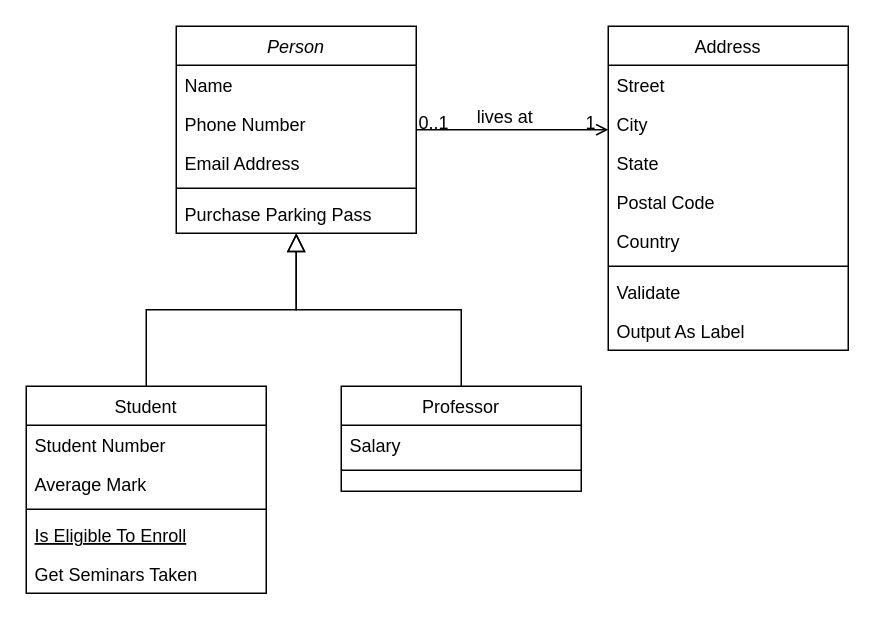
This is 235 Class Diagram.drawio from zlrkw11/CS-235, a draw.io file, before an edit. Source tidied: cells renumbered, new cells numbered last; positions are measured from the earlier drawing's top-left corner, leaving out a move shared by most shapes. Both pictures are drawn from the tidied source at 150%, with x=0, y=0 at pixel (26, 26).
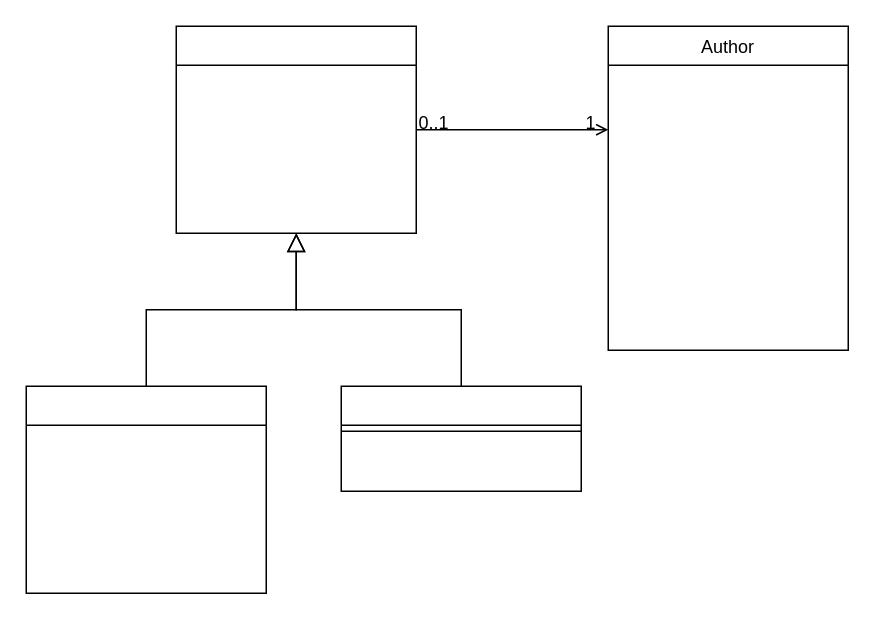
The same page after the edit.

The change refers to these unchanged cells:
```xml
<mxCell id="28" style="endArrow=open;shadow=0;strokeWidth=1;rounded=0;curved=0;endFill=1;edgeStyle=elbowEdgeStyle;elbow=vertical;" parent="1" edge="1" source="2" target="19">
  <mxGeometry x="0.5" y="41" relative="1" as="geometry">
    <mxPoint x="-40" y="32" as="offset" />
  </mxGeometry>
</mxCell>
```

Change to the diagram source:
```diff
@@
-    <mxCell id="2" value="Person" style="swimlane;fontStyle=2;align=center;verticalAlign=top;horizontal=1;startSize=26;rounded=0;shadow=0;strokeWidth=1;" parent="1" vertex="1">
+    <mxCell id="2" style="swimlane;fontStyle=2;align=center;verticalAlign=top;horizontal=1;startSize=26;rounded=0;shadow=0;strokeWidth=1;" parent="1" vertex="1">
       <mxGeometry x="100" width="160" height="138" as="geometry" />
     </mxCell>
-    <mxCell id="3" value="Name" style="text;align=left;verticalAlign=top;spacingLeft=4;spacingRight=4;overflow=hidden;" parent="2" vertex="1">
-      <mxGeometry y="26" width="160" height="26" as="geometry" />
-    </mxCell>
-    <mxCell id="4" value="Phone Number" style="text;align=left;verticalAlign=top;spacingLeft=4;spacingRight=4;overflow=hidden;rounded=0;shadow=0;html=0;" parent="2" vertex="1">
-      <mxGeometry y="52" width="160" height="26" as="geometry" />
-    </mxCell>
-    <mxCell id="5" value="Email Address" style="text;align=left;verticalAlign=top;spacingLeft=4;spacingRight=4;overflow=hidden;rounded=0;shadow=0;html=0;" parent="2" vertex="1">
-      <mxGeometry y="78" width="160" height="26" as="geometry" />
-    </mxCell>
-    <mxCell id="6" style="line;html=1;strokeWidth=1;align=left;verticalAlign=middle;spacingTop=-1;spacingLeft=3;spacingRight=3;labelPosition=right;" parent="2" vertex="1">
-      <mxGeometry y="104" width="160" height="8" as="geometry" />
-    </mxCell>
-    <mxCell id="7" value="Purchase Parking Pass" style="text;align=left;verticalAlign=top;spacingLeft=4;spacingRight=4;overflow=hidden;" parent="2" vertex="1">
-      <mxGeometry y="112" width="160" height="26" as="geometry" />
-    </mxCell>
-    <mxCell id="8" value="Student" style="swimlane;fontStyle=0;align=center;verticalAlign=top;horizontal=1;startSize=26;rounded=0;shadow=0;strokeWidth=1;" parent="1" vertex="1">
+    <mxCell id="8" style="swimlane;fontStyle=0;align=center;verticalAlign=top;horizontal=1;startSize=26;rounded=0;shadow=0;strokeWidth=1;" parent="1" vertex="1">
       <mxGeometry y="240" width="160" height="138" as="geometry" />
     </mxCell>
-    <mxCell id="9" value="Student Number" style="text;align=left;verticalAlign=top;spacingLeft=4;spacingRight=4;overflow=hidden;" parent="8" vertex="1">
-      <mxGeometry y="26" width="160" height="26" as="geometry" />
-    </mxCell>
-    <mxCell id="10" value="Average Mark" style="text;align=left;verticalAlign=top;spacingLeft=4;spacingRight=4;overflow=hidden;rounded=0;shadow=0;html=0;" parent="8" vertex="1">
-      <mxGeometry y="52" width="160" height="26" as="geometry" />
-    </mxCell>
-    <mxCell id="11" style="line;html=1;strokeWidth=1;align=left;verticalAlign=middle;spacingTop=-1;spacingLeft=3;spacingRight=3;labelPosition=right;" parent="8" vertex="1">
-      <mxGeometry y="78" width="160" height="8" as="geometry" />
-    </mxCell>
-    <mxCell id="12" value="Is Eligible To Enroll" style="text;align=left;verticalAlign=top;spacingLeft=4;spacingRight=4;overflow=hidden;fontStyle=4;" parent="8" vertex="1">
-      <mxGeometry y="86" width="160" height="26" as="geometry" />
-    </mxCell>
-    <mxCell id="13" value="Get Seminars Taken" style="text;align=left;verticalAlign=top;spacingLeft=4;spacingRight=4;overflow=hidden;" parent="8" vertex="1">
-      <mxGeometry y="112" width="160" height="26" as="geometry" />
-    </mxCell>
@@
-    <mxCell id="15" value="Professor" style="swimlane;fontStyle=0;align=center;verticalAlign=top;horizontal=1;startSize=26;rounded=0;shadow=0;strokeWidth=1;" parent="1" vertex="1">
+    <mxCell id="15" style="swimlane;fontStyle=0;align=center;verticalAlign=top;horizontal=1;startSize=26;rounded=0;shadow=0;strokeWidth=1;" parent="1" vertex="1">
       <mxGeometry x="210" y="240" width="160" height="70" as="geometry" />
     </mxCell>
-    <mxCell id="16" value="Salary" style="text;align=left;verticalAlign=top;spacingLeft=4;spacingRight=4;overflow=hidden;" parent="15" vertex="1">
-      <mxGeometry y="26" width="160" height="26" as="geometry" />
-    </mxCell>
     <mxCell id="17" style="line;html=1;strokeWidth=1;align=left;verticalAlign=middle;spacingTop=-1;spacingLeft=3;spacingRight=3;labelPosition=right;" parent="15" vertex="1">
-      <mxGeometry y="52" width="160" height="8" as="geometry" />
+      <mxGeometry y="26" width="160" height="8" as="geometry" />
     </mxCell>
@@
-    <mxCell id="19" value="Address" style="swimlane;fontStyle=0;align=center;verticalAlign=top;horizontal=1;startSize=26;rounded=0;shadow=0;strokeWidth=1;" parent="1" vertex="1">
+    <mxCell id="19" value="Author" style="swimlane;fontStyle=0;align=center;verticalAlign=top;horizontal=1;startSize=26;rounded=0;shadow=0;strokeWidth=1;" parent="1" vertex="1">
       <mxGeometry x="388" width="160" height="216" as="geometry" />
     </mxCell>
-    <mxCell id="20" value="Street" style="text;align=left;verticalAlign=top;spacingLeft=4;spacingRight=4;overflow=hidden;" parent="19" vertex="1">
-      <mxGeometry y="26" width="160" height="26" as="geometry" />
-    </mxCell>
-    <mxCell id="21" value="City" style="text;align=left;verticalAlign=top;spacingLeft=4;spacingRight=4;overflow=hidden;rounded=0;shadow=0;html=0;" parent="19" vertex="1">
-      <mxGeometry y="52" width="160" height="26" as="geometry" />
-    </mxCell>
-    <mxCell id="22" value="State" style="text;align=left;verticalAlign=top;spacingLeft=4;spacingRight=4;overflow=hidden;rounded=0;shadow=0;html=0;" parent="19" vertex="1">
-      <mxGeometry y="78" width="160" height="26" as="geometry" />
-    </mxCell>
-    <mxCell id="23" value="Postal Code" style="text;align=left;verticalAlign=top;spacingLeft=4;spacingRight=4;overflow=hidden;rounded=0;shadow=0;html=0;" parent="19" vertex="1">
-      <mxGeometry y="104" width="160" height="26" as="geometry" />
-    </mxCell>
-    <mxCell id="24" value="Country" style="text;align=left;verticalAlign=top;spacingLeft=4;spacingRight=4;overflow=hidden;rounded=0;shadow=0;html=0;" parent="19" vertex="1">
-      <mxGeometry y="130" width="160" height="26" as="geometry" />
-    </mxCell>
-    <mxCell id="25" style="line;html=1;strokeWidth=1;align=left;verticalAlign=middle;spacingTop=-1;spacingLeft=3;spacingRight=3;labelPosition=right;" parent="19" vertex="1">
-      <mxGeometry y="156" width="160" height="8" as="geometry" />
-    </mxCell>
-    <mxCell id="26" value="Validate" style="text;align=left;verticalAlign=top;spacingLeft=4;spacingRight=4;overflow=hidden;" parent="19" vertex="1">
-      <mxGeometry y="164" width="160" height="26" as="geometry" />
-    </mxCell>
-    <mxCell id="27" value="Output As Label" style="text;align=left;verticalAlign=top;spacingLeft=4;spacingRight=4;overflow=hidden;" parent="19" vertex="1">
-      <mxGeometry y="190" width="160" height="26" as="geometry" />
-    </mxCell>
@@
-    <mxCell id="31" value="lives at" style="text;html=1;align=center;verticalAlign=middle;labelBackgroundColor=none;rounded=0;shadow=0;strokeWidth=1;fontSize=12;" parent="28" vertex="1">
-      <mxGeometry x="0.5" y="49" relative="1" as="geometry">
-        <mxPoint x="-38" y="40" as="offset" />
-      </mxGeometry>
-    </mxCell>
```
